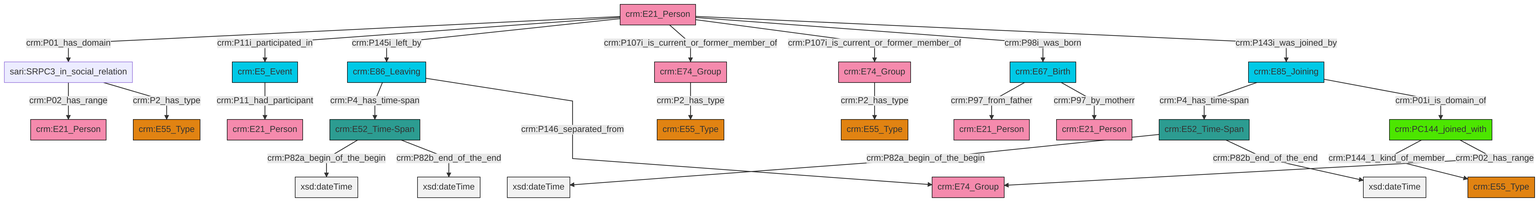
Above: et/personCSV/ttl/mmd/png/Person_Actor_Relations.png in swiss-art-research-net/docs.swissartresearch (Mermaid), before the change. Its source is kept beside it as et/personCSV/ttl/mmd/Person_Actor_Relations.ttl.mmd.
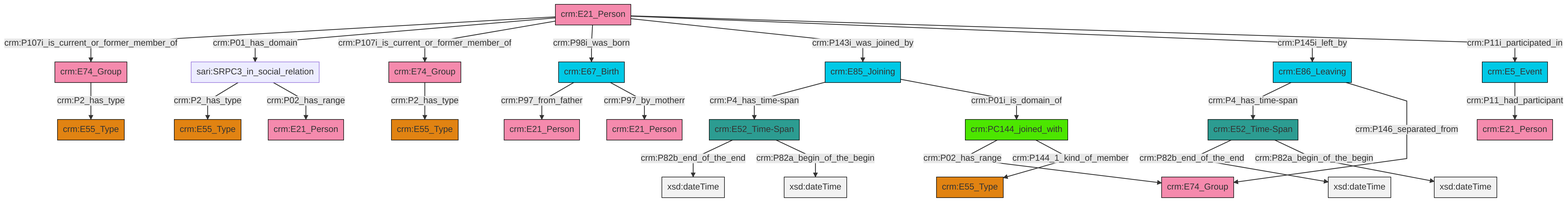
After the commit.

Change to the diagram source:
```diff
@@ -13,27 +13,27 @@
 classDef PC_Classes fill:#4ce600, stroke:#000000;
 classDef Multi fill:#cccccc,stroke:#000000;
 
-6["crm:E52_Time-Span"]:::Time-Span -->|crm:P82a_begin_of_the_begin| 7[xsd:dateTime]:::Literal
-8["crm:E52_Time-Span"]:::Time-Span -->|crm:P82a_begin_of_the_begin| 9[xsd:dateTime]:::Literal
-10["crm:PC144_joined_with"]:::PC_Classes -->|crm:P144_1_kind_of_member| 11["crm:E55_Type"]:::Type
-15["crm:E21_Person"]:::Actor -->|crm:P01_has_domain| 13["sari:SRPC3_in_social_relation"]:::Default
-16["crm:E5_Event"]:::Temporal_Entity -->|crm:P11_had_participant| 2["crm:E21_Person"]:::Actor
-15["crm:E21_Person"]:::Actor -->|crm:P11i_participated_in| 16["crm:E5_Event"]:::Temporal_Entity
-13["sari:SRPC3_in_social_relation"]:::Default -->|crm:P02_has_range| 0["crm:E21_Person"]:::Actor
-10["crm:PC144_joined_with"]:::PC_Classes -->|crm:P02_has_range| 18["crm:E74_Group"]:::Actor
-19["crm:E86_Leaving"]:::Temporal_Entity -->|crm:P4_has_time-span| 8["crm:E52_Time-Span"]:::Time-Span
-15["crm:E21_Person"]:::Actor -->|crm:P145i_left_by| 19["crm:E86_Leaving"]:::Temporal_Entity
-22["crm:E85_Joining"]:::Temporal_Entity -->|crm:P4_has_time-span| 6["crm:E52_Time-Span"]:::Time-Span
-19["crm:E86_Leaving"]:::Temporal_Entity -->|crm:P146_separated_from| 18["crm:E74_Group"]:::Actor
-8["crm:E52_Time-Span"]:::Time-Span -->|crm:P82b_end_of_the_end| 33[xsd:dateTime]:::Literal
-15["crm:E21_Person"]:::Actor -->|crm:P107i_is_current_or_former_member_of| 20["crm:E74_Group"]:::Actor
-15["crm:E21_Person"]:::Actor -->|crm:P107i_is_current_or_former_member_of| 35["crm:E74_Group"]:::Actor
-22["crm:E85_Joining"]:::Temporal_Entity -->|crm:P01i_is_domain_of| 10["crm:PC144_joined_with"]:::PC_Classes
-35["crm:E74_Group"]:::Actor -->|crm:P2_has_type| 31["crm:E55_Type"]:::Type
-13["sari:SRPC3_in_social_relation"]:::Default -->|crm:P2_has_type| 4["crm:E55_Type"]:::Type
-23["crm:E67_Birth"]:::Temporal_Entity -->|crm:P97_from_father| 27["crm:E21_Person"]:::Actor
-6["crm:E52_Time-Span"]:::Time-Span -->|crm:P82b_end_of_the_end| 36[xsd:dateTime]:::Literal
-15["crm:E21_Person"]:::Actor -->|crm:P98i_was_born| 23["crm:E67_Birth"]:::Temporal_Entity
-20["crm:E74_Group"]:::Actor -->|crm:P2_has_type| 29["crm:E55_Type"]:::Type
-23["crm:E67_Birth"]:::Temporal_Entity -->|crm:P97_by_motherr| 42["crm:E21_Person"]:::Actor
-15["crm:E21_Person"]:::Actor -->|crm:P143i_was_joined_by| 22["crm:E85_Joining"]:::Temporal_Entity
+6["crm:PC144_joined_with"]:::PC_Classes -->|crm:P02_has_range| 0["crm:E74_Group"]:::Actor
+7["crm:E52_Time-Span"]:::Time-Span -->|crm:P82b_end_of_the_end| 8[xsd:dateTime]:::Literal
+9["crm:E21_Person"]:::Actor -->|crm:P107i_is_current_or_former_member_of| 10["crm:E74_Group"]:::Actor
+10["crm:E74_Group"]:::Actor -->|crm:P2_has_type| 13["crm:E55_Type"]:::Type
+14["crm:E52_Time-Span"]:::Time-Span -->|crm:P82b_end_of_the_end| 15[xsd:dateTime]:::Literal
+9["crm:E21_Person"]:::Actor -->|crm:P01_has_domain| 20["sari:SRPC3_in_social_relation"]:::Default
+25["crm:E5_Event"]:::Temporal_Entity -->|crm:P11_had_participant| 23["crm:E21_Person"]:::Actor
+7["crm:E52_Time-Span"]:::Time-Span -->|crm:P82a_begin_of_the_begin| 29[xsd:dateTime]:::Literal
+20["sari:SRPC3_in_social_relation"]:::Default -->|crm:P2_has_type| 17["crm:E55_Type"]:::Type
+20["sari:SRPC3_in_social_relation"]:::Default -->|crm:P02_has_range| 11["crm:E21_Person"]:::Actor
+34["crm:E85_Joining"]:::Temporal_Entity -->|crm:P4_has_time-span| 14["crm:E52_Time-Span"]:::Time-Span
+9["crm:E21_Person"]:::Actor -->|crm:P107i_is_current_or_former_member_of| 32["crm:E74_Group"]:::Actor
+34["crm:E85_Joining"]:::Temporal_Entity -->|crm:P01i_is_domain_of| 6["crm:PC144_joined_with"]:::PC_Classes
+2["crm:E67_Birth"]:::Temporal_Entity -->|crm:P97_from_father| 4["crm:E21_Person"]:::Actor
+6["crm:PC144_joined_with"]:::PC_Classes -->|crm:P144_1_kind_of_member| 30["crm:E55_Type"]:::Type
+26["crm:E86_Leaving"]:::Temporal_Entity -->|crm:P4_has_time-span| 7["crm:E52_Time-Span"]:::Time-Span
+32["crm:E74_Group"]:::Actor -->|crm:P2_has_type| 21["crm:E55_Type"]:::Type
+9["crm:E21_Person"]:::Actor -->|crm:P98i_was_born| 2["crm:E67_Birth"]:::Temporal_Entity
+26["crm:E86_Leaving"]:::Temporal_Entity -->|crm:P146_separated_from| 0["crm:E74_Group"]:::Actor
+14["crm:E52_Time-Span"]:::Time-Span -->|crm:P82a_begin_of_the_begin| 44[xsd:dateTime]:::Literal
+9["crm:E21_Person"]:::Actor -->|crm:P143i_was_joined_by| 34["crm:E85_Joining"]:::Temporal_Entity
+9["crm:E21_Person"]:::Actor -->|crm:P145i_left_by| 26["crm:E86_Leaving"]:::Temporal_Entity
+2["crm:E67_Birth"]:::Temporal_Entity -->|crm:P97_by_motherr| 39["crm:E21_Person"]:::Actor
+9["crm:E21_Person"]:::Actor -->|crm:P11i_participated_in| 25["crm:E5_Event"]:::Temporal_Entity
```
